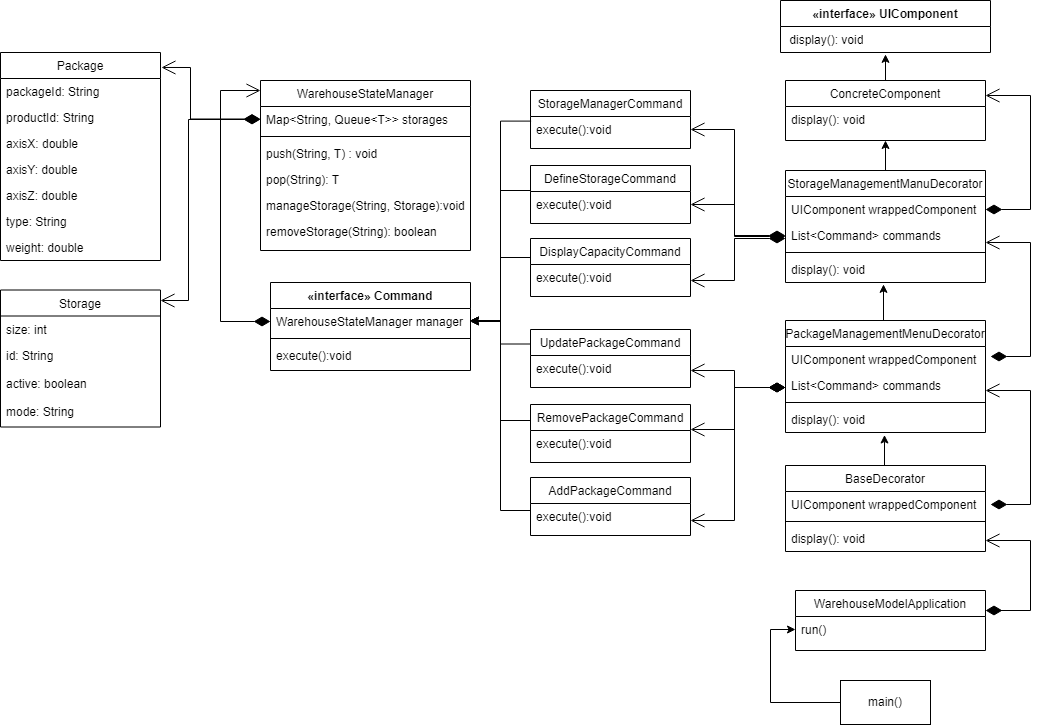
The draw.io diagram documentation/diagram/Diagram_klas__ETAP_II_Karol_Musz.png in MuszKarol/oop_warehouse_model, before a commit. Source tidied: cells renumbered, new cells last; positions are measured from the earlier drawing's top-left corner, leaving out a move shared by most shapes.
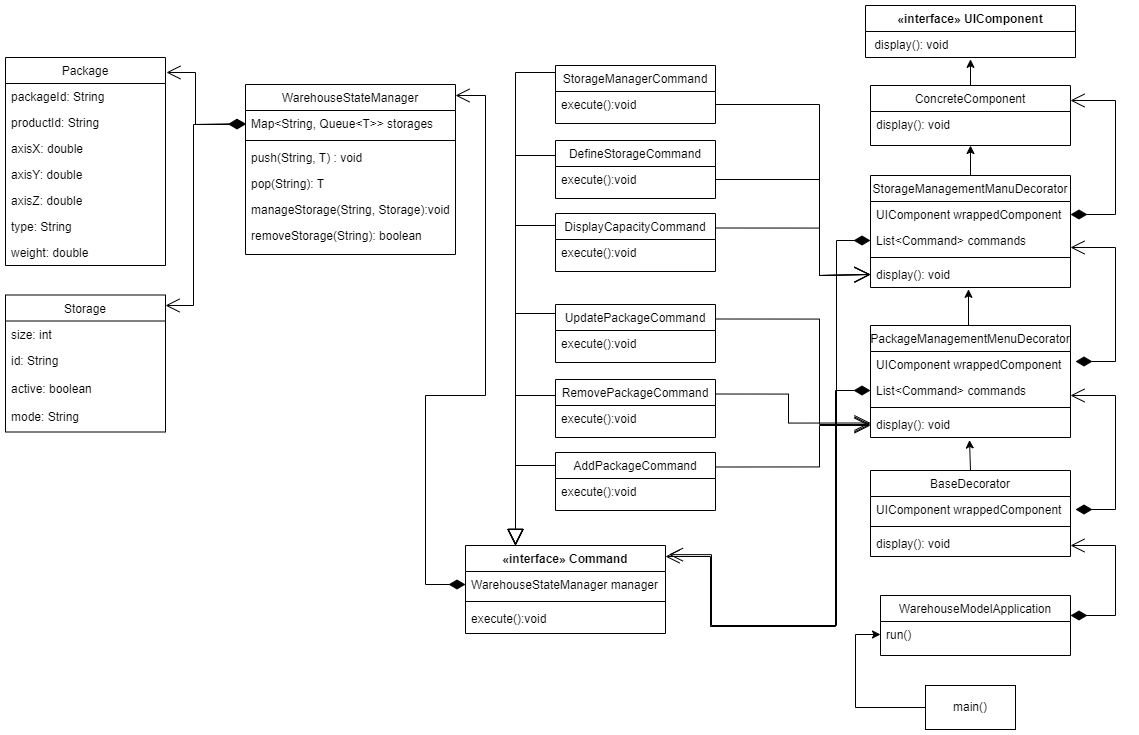
After the change.

What changed in the source:
```diff
@@ -5,3 +5,3 @@
     <mxCell id="2" value="Package" style="swimlane;fontStyle=0;align=center;verticalAlign=top;horizontal=1;startSize=26;rounded=0;shadow=0;strokeWidth=1;" parent="1" vertex="1">
-      <mxGeometry y="52" width="160" height="208" as="geometry" />
+      <mxGeometry x="-80" y="52" width="160" height="208" as="geometry" />
     </mxCell>
@@ -60,5 +60,5 @@
     </mxCell>
-    <mxCell id="19" value="List&lt;Command&gt; commands" style="text;align=left;verticalAlign=top;spacingLeft=4;spacingRight=4;overflow=hidden;points=[[0,0.5],[1,0.5]];portConstraint=eastwest;rounded=0;shadow=0;html=0;" parent="17" vertex="1">
-      <mxGeometry y="52" width="200" height="26" as="geometry" />
-    </mxCell>
+    <mxCell id="83" value="List&lt;Command&gt; commands" style="text;align=left;verticalAlign=top;spacingLeft=4;spacingRight=4;overflow=hidden;points=[[0,0.5],[1,0.5]];portConstraint=eastwest;rounded=0;shadow=0;html=0;" parent="17" vertex="1">
+      <mxGeometry y="52" width="200" height="26" as="geometry" />
+    </mxCell>
     <mxCell id="20" style="line;html=1;strokeWidth=1;align=left;verticalAlign=middle;spacingTop=-1;spacingLeft=3;spacingRight=3;labelPosition=right;" parent="17" vertex="1">
@@ -84,5 +84,5 @@
     </mxCell>
-    <mxCell id="27" value="List&lt;Command&gt; commands" style="text;align=left;verticalAlign=top;spacingLeft=4;spacingRight=4;overflow=hidden;rounded=0;shadow=0;html=0;" parent="25" vertex="1">
-      <mxGeometry y="52" width="200" height="26" as="geometry" />
-    </mxCell>
+    <mxCell id="84" value="List&lt;Command&gt; commands" style="text;align=left;verticalAlign=top;spacingLeft=4;spacingRight=4;overflow=hidden;points=[[0,0.5],[1,0.5]];portConstraint=eastwest;rounded=0;shadow=0;html=0;" parent="25" vertex="1">
+      <mxGeometry y="52" width="200" height="26" as="geometry" />
+    </mxCell>
     <mxCell id="28" style="line;html=1;strokeWidth=1;align=left;verticalAlign=middle;spacingTop=-1;spacingLeft=3;spacingRight=3;labelPosition=right;" parent="25" vertex="1">
@@ -112,4 +112,12 @@
     <mxCell id="36" value="«interface» Command" style="swimlane;fontStyle=1;align=center;verticalAlign=top;horizontal=1;startSize=26;rounded=0;shadow=0;strokeWidth=1;" parent="1" vertex="1">
-      <mxGeometry x="270" y="282" width="200" height="88" as="geometry" />
+      <mxGeometry x="380" y="540" width="200" height="88" as="geometry" />
     </mxCell>
+    <mxCell id="85" style="endArrow=none;html=1;endSize=12;startArrow=block;startSize=14;startFill=0;edgeStyle=orthogonalEdgeStyle;align=left;verticalAlign=bottom;rounded=0;endFill=0;exitX=0.25;exitY=0;exitDx=0;exitDy=0;" parent="36" edge="1" source="36">
+      <mxGeometry x="-1" y="3" relative="1" as="geometry">
+        <mxPoint x="90" y="-80" as="targetPoint" />
+        <Array as="points">
+          <mxPoint x="50" y="-80" />
+        </Array>
+      </mxGeometry>
+    </mxCell>
     <mxCell id="37" value="WarehouseStateManager manager" style="text;align=left;verticalAlign=top;spacingLeft=4;spacingRight=4;overflow=hidden;points=[[0,0.5],[1,0.5]];portConstraint=eastwest;" parent="36" vertex="1">
@@ -164,3 +172,3 @@
     <mxCell id="44" value="WarehouseStateManager" style="swimlane;fontStyle=0;align=center;verticalAlign=top;horizontal=1;startSize=26;rounded=0;shadow=0;strokeWidth=1;" parent="1" vertex="1">
-      <mxGeometry x="260" y="80" width="210" height="170" as="geometry" />
+      <mxGeometry x="160" y="79" width="210" height="170" as="geometry" />
     </mxCell>
@@ -185,3 +193,3 @@
     <mxCell id="51" value="AddPackageCommand" style="swimlane;fontStyle=0;align=center;verticalAlign=top;horizontal=1;startSize=26;rounded=0;shadow=0;strokeWidth=1;" parent="1" vertex="1">
-      <mxGeometry x="530" y="477" width="160" height="58" as="geometry" />
+      <mxGeometry x="470" y="447" width="160" height="58" as="geometry" />
     </mxCell>
@@ -191,3 +199,3 @@
     <mxCell id="53" value="RemovePackageCommand" style="swimlane;fontStyle=0;align=center;verticalAlign=top;horizontal=1;startSize=26;rounded=0;shadow=0;strokeWidth=1;" parent="1" vertex="1">
-      <mxGeometry x="530" y="404" width="160" height="58" as="geometry" />
+      <mxGeometry x="470" y="374" width="160" height="58" as="geometry" />
     </mxCell>
@@ -197,3 +205,3 @@
     <mxCell id="55" value="UpdatePackageCommand" style="swimlane;fontStyle=0;align=center;verticalAlign=top;horizontal=1;startSize=26;rounded=0;shadow=0;strokeWidth=1;" parent="1" vertex="1">
-      <mxGeometry x="530" y="329" width="160" height="58" as="geometry" />
+      <mxGeometry x="470" y="299" width="160" height="58" as="geometry" />
     </mxCell>
@@ -203,3 +211,3 @@
     <mxCell id="57" value="DisplayCapacityCommand" style="swimlane;fontStyle=0;align=center;verticalAlign=top;horizontal=1;startSize=26;rounded=0;shadow=0;strokeWidth=1;" parent="1" vertex="1">
-      <mxGeometry x="530" y="238" width="160" height="58" as="geometry" />
+      <mxGeometry x="470" y="208" width="160" height="58" as="geometry" />
     </mxCell>
@@ -209,3 +217,3 @@
     <mxCell id="59" value="DefineStorageCommand" style="swimlane;fontStyle=0;align=center;verticalAlign=top;horizontal=1;startSize=26;rounded=0;shadow=0;strokeWidth=1;" parent="1" vertex="1">
-      <mxGeometry x="530" y="165" width="160" height="58" as="geometry" />
+      <mxGeometry x="470" y="135" width="160" height="58" as="geometry" />
     </mxCell>
@@ -215,3 +223,3 @@
     <mxCell id="61" value="StorageManagerCommand" style="swimlane;fontStyle=0;align=center;verticalAlign=top;horizontal=1;startSize=26;rounded=0;shadow=0;strokeWidth=1;" parent="1" vertex="1">
-      <mxGeometry x="530" y="90" width="160" height="58" as="geometry" />
+      <mxGeometry x="470" y="60" width="160" height="58" as="geometry" />
     </mxCell>
@@ -220,9 +228,9 @@
     </mxCell>
-    <mxCell id="63" style="endArrow=open;html=1;endSize=12;startArrow=diamondThin;startSize=14;startFill=1;edgeStyle=orthogonalEdgeStyle;align=left;verticalAlign=bottom;rounded=0;exitX=0;exitY=0.5;exitDx=0;exitDy=0;" parent="1" edge="1" source="37">
+    <mxCell id="63" style="endArrow=open;html=1;endSize=12;startArrow=diamondThin;startSize=14;startFill=1;edgeStyle=orthogonalEdgeStyle;align=left;verticalAlign=bottom;rounded=0;exitX=0;exitY=0.5;exitDx=0;exitDy=0;" parent="1" edge="1" source="37" target="44">
       <mxGeometry x="-1" y="3" relative="1" as="geometry">
-        <mxPoint x="260" y="90" as="targetPoint" />
         <Array as="points">
-          <mxPoint x="220" y="321" />
-          <mxPoint x="220" y="90" />
-          <mxPoint x="260" y="90" />
+          <mxPoint x="340" y="579" />
+          <mxPoint x="340" y="390" />
+          <mxPoint x="400" y="390" />
+          <mxPoint x="400" y="90" />
         </Array>
@@ -230,67 +238,8 @@
     </mxCell>
-    <mxCell id="64" style="edgeStyle=orthogonalEdgeStyle;rounded=0;jettySize=auto;html=1;exitX=0.004;exitY=0.177;exitDx=0;exitDy=0;entryX=1;entryY=0.5;entryDx=0;entryDy=0;exitPerimeter=0;" parent="1" edge="1" source="62" target="37">
-      <mxGeometry relative="1" as="geometry">
-        <Array as="points">
-          <mxPoint x="500" y="121" />
-          <mxPoint x="500" y="321" />
-        </Array>
-      </mxGeometry>
-    </mxCell>
-    <mxCell id="65" style="edgeStyle=orthogonalEdgeStyle;rounded=0;orthogonalLoop=1;jettySize=auto;html=1;" parent="1" edge="1">
-      <mxGeometry relative="1" as="geometry">
-        <mxPoint x="530" y="190" as="sourcePoint" />
-        <mxPoint x="470" y="320" as="targetPoint" />
-        <Array as="points">
-          <mxPoint x="500" y="190" />
-          <mxPoint x="500" y="320" />
-          <mxPoint x="470" y="320" />
-        </Array>
-      </mxGeometry>
-    </mxCell>
-    <mxCell id="66" style="edgeStyle=orthogonalEdgeStyle;rounded=0;orthogonalLoop=1;jettySize=auto;html=1;" parent="1" edge="1">
-      <mxGeometry relative="1" as="geometry">
-        <mxPoint x="530" y="257" as="sourcePoint" />
-        <mxPoint x="470" y="320" as="targetPoint" />
-        <Array as="points">
-          <mxPoint x="500" y="257" />
-          <mxPoint x="500" y="320" />
-          <mxPoint x="470" y="320" />
-        </Array>
-      </mxGeometry>
-    </mxCell>
-    <mxCell id="67" style="edgeStyle=orthogonalEdgeStyle;rounded=0;jettySize=auto;html=1;entryX=1;entryY=0.5;entryDx=0;entryDy=0;exitX=0;exitY=0.25;exitDx=0;exitDy=0;" parent="1" edge="1" source="55" target="37">
-      <mxGeometry relative="1" as="geometry">
-        <Array as="points">
-          <mxPoint x="500" y="344" />
-          <mxPoint x="500" y="321" />
-        </Array>
-      </mxGeometry>
-    </mxCell>
-    <mxCell id="68" style="edgeStyle=orthogonalEdgeStyle;rounded=0;jettySize=auto;html=1;entryX=1;entryY=0.5;entryDx=0;entryDy=0;exitX=0;exitY=0.25;exitDx=0;exitDy=0;" parent="1" edge="1" source="53">
-      <mxGeometry relative="1" as="geometry">
-        <mxPoint x="470" y="320" as="targetPoint" />
-        <Array as="points">
-          <mxPoint x="530" y="420" />
-          <mxPoint x="500" y="420" />
-          <mxPoint x="500" y="320" />
-        </Array>
-      </mxGeometry>
-    </mxCell>
-    <mxCell id="69" style="edgeStyle=orthogonalEdgeStyle;rounded=0;orthogonalLoop=1;jettySize=auto;html=1;exitX=0;exitY=0.25;exitDx=0;exitDy=0;" parent="1" edge="1">
-      <mxGeometry relative="1" as="geometry">
-        <mxPoint x="530" y="509" as="sourcePoint" />
-        <mxPoint x="470" y="320" as="targetPoint" />
-        <Array as="points">
-          <mxPoint x="530" y="510" />
-          <mxPoint x="500" y="510" />
-          <mxPoint x="500" y="320" />
-          <mxPoint x="470" y="320" />
-        </Array>
-      </mxGeometry>
-    </mxCell>
-    <mxCell id="70" style="endArrow=open;html=1;endSize=12;startArrow=diamondThin;startSize=14;startFill=1;edgeStyle=orthogonalEdgeStyle;align=left;verticalAlign=bottom;rounded=0;exitX=0;exitY=0.5;exitDx=0;exitDy=0;entryX=1;entryY=0.5;entryDx=0;entryDy=0;" parent="1" edge="1" source="19" target="62">
+    <mxCell id="70" style="endArrow=none;html=1;endSize=12;startArrow=open;startSize=14;startFill=0;edgeStyle=orthogonalEdgeStyle;align=left;verticalAlign=bottom;rounded=0;entryX=1;entryY=0.5;entryDx=0;entryDy=0;endFill=0;exitX=0;exitY=0.5;exitDx=0;exitDy=0;" parent="1" edge="1" source="21" target="62">
       <mxGeometry x="-1" y="3" relative="1" as="geometry">
         <Array as="points">
-          <mxPoint x="734" y="235" />
-          <mxPoint x="734" y="129" />
+          <mxPoint x="780" y="269" />
+          <mxPoint x="734" y="270" />
+          <mxPoint x="734" y="99" />
         </Array>
@@ -298,8 +247,7 @@
     </mxCell>
-    <mxCell id="71" style="endArrow=open;html=1;endSize=12;startArrow=diamondThin;startSize=14;startFill=1;edgeStyle=orthogonalEdgeStyle;align=left;verticalAlign=bottom;rounded=0;exitX=0;exitY=0.5;exitDx=0;exitDy=0;entryX=1;entryY=0.5;entryDx=0;entryDy=0;" parent="1" edge="1" target="60">
+    <mxCell id="71" style="endArrow=none;html=1;endSize=12;startArrow=open;startSize=14;startFill=0;edgeStyle=orthogonalEdgeStyle;align=left;verticalAlign=bottom;rounded=0;exitX=0;exitY=0.5;exitDx=0;exitDy=0;entryX=1;entryY=0.5;entryDx=0;entryDy=0;endFill=0;" parent="1" edge="1" source="21" target="60">
       <mxGeometry x="-1" y="3" relative="1" as="geometry">
-        <mxPoint x="785" y="236" as="sourcePoint" />
         <Array as="points">
-          <mxPoint x="734" y="236" />
-          <mxPoint x="734" y="204" />
+          <mxPoint x="734" y="270" />
+          <mxPoint x="734" y="174" />
         </Array>
@@ -307,9 +255,7 @@
     </mxCell>
-    <mxCell id="72" style="endArrow=open;html=1;endSize=12;startArrow=diamondThin;startSize=14;startFill=1;edgeStyle=orthogonalEdgeStyle;align=left;verticalAlign=bottom;rounded=0;exitX=0;exitY=0.5;exitDx=0;exitDy=0;" parent="1" edge="1">
+    <mxCell id="72" style="endArrow=none;html=1;endSize=12;startArrow=open;startSize=14;startFill=0;edgeStyle=orthogonalEdgeStyle;align=left;verticalAlign=bottom;rounded=0;exitX=0;exitY=0.5;exitDx=0;exitDy=0;entryX=1;entryY=0.25;entryDx=0;entryDy=0;endFill=0;" parent="1" edge="1" source="21" target="57">
       <mxGeometry x="-1" y="3" relative="1" as="geometry">
-        <mxPoint x="785" y="238" as="sourcePoint" />
-        <mxPoint x="690" y="280" as="targetPoint" />
         <Array as="points">
-          <mxPoint x="734" y="238" />
-          <mxPoint x="734" y="280" />
+          <mxPoint x="734" y="270" />
+          <mxPoint x="734" y="222" />
         </Array>
@@ -317,20 +263,9 @@
     </mxCell>
-    <mxCell id="73" style="endArrow=open;html=1;endSize=12;startArrow=diamondThin;startSize=14;startFill=1;edgeStyle=orthogonalEdgeStyle;align=left;verticalAlign=bottom;rounded=0;exitX=0;exitY=0.5;exitDx=0;exitDy=0;" parent="1" edge="1">
-      <mxGeometry x="-1" y="3" relative="1" as="geometry">
-        <mxPoint x="785" y="387" as="sourcePoint" />
-        <mxPoint x="690" y="429" as="targetPoint" />
-        <Array as="points">
-          <mxPoint x="734" y="387" />
-          <mxPoint x="734" y="429" />
-        </Array>
-      </mxGeometry>
-    </mxCell>
-    <mxCell id="74" style="endArrow=open;html=1;endSize=12;startArrow=diamondThin;startSize=14;startFill=1;edgeStyle=orthogonalEdgeStyle;align=left;verticalAlign=bottom;rounded=0;exitX=0;exitY=0.5;exitDx=0;exitDy=0;" parent="1" edge="1">
+    <mxCell id="74" style="endArrow=none;html=1;endSize=12;startArrow=open;startSize=14;startFill=0;edgeStyle=orthogonalEdgeStyle;align=left;verticalAlign=bottom;rounded=0;entryX=1;entryY=0.25;entryDx=0;entryDy=0;endFill=0;" parent="1" edge="1" target="51">
       <mxGeometry x="-1" y="3" relative="1" as="geometry">
-        <mxPoint x="785" y="387" as="sourcePoint" />
-        <mxPoint x="690" y="520" as="targetPoint" />
+        <mxPoint x="785" y="420" as="sourcePoint" />
         <Array as="points">
-          <mxPoint x="734" y="387" />
-          <mxPoint x="734" y="520" />
-          <mxPoint x="690" y="520" />
+          <mxPoint x="785" y="420" />
+          <mxPoint x="734" y="420" />
+          <mxPoint x="734" y="462" />
         </Array>
@@ -338,10 +273,7 @@
     </mxCell>
-    <mxCell id="75" style="endArrow=open;html=1;endSize=12;startArrow=diamondThin;startSize=14;startFill=1;edgeStyle=orthogonalEdgeStyle;align=left;verticalAlign=bottom;rounded=0;exitX=0;exitY=0.5;exitDx=0;exitDy=0;" parent="1" edge="1">
+    <mxCell id="75" style="endArrow=none;html=1;endSize=12;startArrow=open;startSize=14;startFill=0;edgeStyle=orthogonalEdgeStyle;align=left;verticalAlign=bottom;rounded=0;exitX=0;exitY=0.5;exitDx=0;exitDy=0;entryX=1;entryY=0.25;entryDx=0;entryDy=0;endFill=0;" parent="1" edge="1" source="29" target="55">
       <mxGeometry x="-1" y="3" relative="1" as="geometry">
-        <mxPoint x="785" y="387" as="sourcePoint" />
-        <mxPoint x="690" y="370" as="targetPoint" />
         <Array as="points">
-          <mxPoint x="734" y="387" />
-          <mxPoint x="734" y="370" />
-          <mxPoint x="690" y="370" />
+          <mxPoint x="734" y="419" />
+          <mxPoint x="734" y="314" />
         </Array>
@@ -350,3 +282,3 @@
     <mxCell id="76" value="Storage" style="swimlane;fontStyle=0;align=center;verticalAlign=top;horizontal=1;startSize=26;rounded=0;shadow=0;strokeWidth=1;" parent="1" vertex="1">
-      <mxGeometry y="289.5" width="160" height="137" as="geometry" />
+      <mxGeometry x="-80" y="289.5" width="160" height="137" as="geometry" />
     </mxCell>
@@ -364,8 +296,8 @@
     </mxCell>
-    <mxCell id="81" style="endArrow=open;html=1;endSize=12;startArrow=diamondThin;startSize=14;startFill=1;edgeStyle=orthogonalEdgeStyle;align=left;verticalAlign=bottom;rounded=0;exitX=0;exitY=0.5;exitDx=0;exitDy=0;entryX=1.006;entryY=0.072;entryDx=0;entryDy=0;entryPerimeter=0;" parent="1" edge="1" target="2">
+    <mxCell id="81" style="endArrow=open;html=1;endSize=12;startArrow=diamondThin;startSize=14;startFill=1;edgeStyle=orthogonalEdgeStyle;align=left;verticalAlign=bottom;rounded=0;entryX=1.006;entryY=0.072;entryDx=0;entryDy=0;entryPerimeter=0;" parent="1" edge="1" target="2">
       <mxGeometry x="-1" y="3" relative="1" as="geometry">
-        <mxPoint x="260" y="118.5" as="sourcePoint" />
+        <mxPoint x="160" y="119" as="sourcePoint" />
         <Array as="points">
-          <mxPoint x="190" y="119" />
-          <mxPoint x="190" y="67" />
+          <mxPoint x="110" y="119" />
+          <mxPoint x="110" y="67" />
         </Array>
@@ -375,6 +307,6 @@
       <mxGeometry x="-1" y="3" relative="1" as="geometry">
-        <mxPoint x="160" y="300" as="targetPoint" />
+        <mxPoint x="80" y="300" as="targetPoint" />
         <Array as="points">
-          <mxPoint x="188" y="119" />
-          <mxPoint x="188" y="300" />
+          <mxPoint x="108" y="119" />
+          <mxPoint x="108" y="300" />
         </Array>
@@ -382,2 +314,81 @@
     </mxCell>
+    <mxCell id="86" style="endArrow=none;html=1;endSize=12;startArrow=open;startSize=14;startFill=0;edgeStyle=orthogonalEdgeStyle;align=left;verticalAlign=bottom;rounded=0;endFill=0;entryX=1;entryY=0.25;entryDx=0;entryDy=0;" parent="1" edge="1" target="53">
+      <mxGeometry x="-1" y="3" relative="1" as="geometry">
+        <mxPoint x="785" y="417.5" as="sourcePoint" />
+        <Array as="points">
+          <mxPoint x="703" y="418" />
+          <mxPoint x="703" y="389" />
+        </Array>
+      </mxGeometry>
+    </mxCell>
+    <mxCell id="87" style="endArrow=none;html=1;endSize=12;startArrow=block;startSize=14;startFill=0;edgeStyle=orthogonalEdgeStyle;align=left;verticalAlign=bottom;rounded=0;endFill=0;exitX=0.25;exitY=0;exitDx=0;exitDy=0;" parent="1" edge="1" source="36">
+      <mxGeometry x="-1" y="3" relative="1" as="geometry">
+        <mxPoint x="470" y="70.5" as="targetPoint" />
+        <Array as="points">
+          <mxPoint x="430" y="67" />
+          <mxPoint x="470" y="67" />
+        </Array>
+      </mxGeometry>
+    </mxCell>
+    <mxCell id="88" style="endArrow=none;html=1;endSize=12;startArrow=block;startSize=14;startFill=0;edgeStyle=orthogonalEdgeStyle;align=left;verticalAlign=bottom;rounded=0;endFill=0;exitX=0.25;exitY=0;exitDx=0;exitDy=0;" parent="1" edge="1">
+      <mxGeometry x="-1" y="3" relative="1" as="geometry">
+        <mxPoint x="430" y="540" as="sourcePoint" />
+        <mxPoint x="470" y="150" as="targetPoint" />
+        <Array as="points">
+          <mxPoint x="430" y="150" />
+          <mxPoint x="470" y="150" />
+        </Array>
+      </mxGeometry>
+    </mxCell>
+    <mxCell id="89" style="endArrow=none;html=1;endSize=12;startArrow=block;startSize=14;startFill=0;edgeStyle=orthogonalEdgeStyle;align=left;verticalAlign=bottom;rounded=0;endFill=0;" parent="1" edge="1">
+      <mxGeometry x="-1" y="3" relative="1" as="geometry">
+        <mxPoint x="430" y="540" as="sourcePoint" />
+        <mxPoint x="470" y="220" as="targetPoint" />
+        <Array as="points">
+          <mxPoint x="430" y="220" />
+          <mxPoint x="470" y="220" />
+        </Array>
+      </mxGeometry>
+    </mxCell>
+    <mxCell id="90" style="endArrow=none;html=1;endSize=12;startArrow=block;startSize=14;startFill=0;edgeStyle=orthogonalEdgeStyle;align=left;verticalAlign=bottom;rounded=0;endFill=0;" parent="1" edge="1">
+      <mxGeometry x="-1" y="3" relative="1" as="geometry">
+        <mxPoint x="430" y="540" as="sourcePoint" />
+        <mxPoint x="470" y="308" as="targetPoint" />
+        <Array as="points">
+          <mxPoint x="430" y="308" />
+          <mxPoint x="470" y="308" />
+        </Array>
+      </mxGeometry>
+    </mxCell>
+    <mxCell id="91" style="endArrow=none;html=1;endSize=12;startArrow=block;startSize=14;startFill=0;edgeStyle=orthogonalEdgeStyle;align=left;verticalAlign=bottom;rounded=0;endFill=0;" parent="1" edge="1">
+      <mxGeometry x="-1" y="3" relative="1" as="geometry">
+        <mxPoint x="430" y="540" as="sourcePoint" />
+        <mxPoint x="470" y="390" as="targetPoint" />
+        <Array as="points">
+          <mxPoint x="430" y="390" />
+          <mxPoint x="470" y="390" />
+        </Array>
+      </mxGeometry>
+    </mxCell>
+    <mxCell id="92" style="endArrow=open;html=1;endSize=12;startArrow=diamondThin;startSize=14;startFill=1;edgeStyle=orthogonalEdgeStyle;align=left;verticalAlign=bottom;rounded=0;exitX=0;exitY=0.5;exitDx=0;exitDy=0;" parent="1" edge="1" source="84">
+      <mxGeometry x="-1" y="3" relative="1" as="geometry">
+        <mxPoint x="580" y="551" as="targetPoint" />
+        <Array as="points">
+          <mxPoint x="750" y="385" />
+          <mxPoint x="750" y="621" />
+          <mxPoint x="625" y="621" />
+          <mxPoint x="625" y="551" />
+        </Array>
+      </mxGeometry>
+    </mxCell>
+    <mxCell id="93" style="endArrow=open;html=1;endSize=12;startArrow=diamondThin;startSize=14;startFill=1;edgeStyle=orthogonalEdgeStyle;align=left;verticalAlign=bottom;rounded=0;entryX=1.017;entryY=0.104;entryDx=0;entryDy=0;entryPerimeter=0;exitX=0;exitY=0.5;exitDx=0;exitDy=0;" parent="1" edge="1" source="83" target="36">
+      <mxGeometry x="-1" y="3" relative="1" as="geometry">
+        <Array as="points">
+          <mxPoint x="751" y="235" />
+          <mxPoint x="751" y="620" />
+          <mxPoint x="626" y="620" />
+          <mxPoint x="626" y="549" />
+        </Array>
+      </mxGeometry>
+    </mxCell>
   </root>
```
